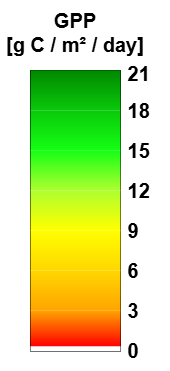
Earlier version of the draw.io export legends/clms_global_gpp-gpp_300m_v2_10daily.png (copernicus-land/colourmaps-legends). Source tidied: cells renumbered, new cells last; positions are measured from the earlier drawing's top-left corner, leaving out a move shared by most shapes. Its diagram source:
```xml
<mxGraphModel>
  <root>
    <mxCell id="0" />
    <mxCell id="1" parent="0" />
    <mxCell id="2" style="group;" parent="1" vertex="1">
      <mxGeometry y="-0.5" width="170" height="370.8" as="geometry" />
    </mxCell>
    <mxCell id="3" value="&lt;b&gt;&amp;nbsp;0&lt;/b&gt;" style="text;html=1;align=left;verticalAlign=middle;whiteSpace=wrap;rounded=0;fontSize=20;" parent="2" vertex="1">
      <mxGeometry x="120" y="340.8" width="50" height="20" as="geometry" />
    </mxCell>
    <mxCell id="4" value="&lt;b&gt;&amp;nbsp;18&lt;/b&gt;" style="text;html=1;align=left;verticalAlign=middle;whiteSpace=wrap;rounded=0;fontSize=20;" parent="2" vertex="1">
      <mxGeometry x="120" y="100.8" width="50" height="20" as="geometry" />
    </mxCell>
    <mxCell id="5" style="rounded=0;whiteSpace=wrap;html=1;strokeColor=none;fillColor=none;" parent="2" vertex="1">
      <mxGeometry x="10" y="95.8" width="10" height="274.8" as="geometry" />
    </mxCell>
    <mxCell id="6" value="&lt;b&gt;&amp;nbsp;12&lt;/b&gt;" style="text;html=1;align=left;verticalAlign=middle;whiteSpace=wrap;rounded=0;fontSize=20;" parent="2" vertex="1">
      <mxGeometry x="120" y="180.8" width="50" height="20" as="geometry" />
    </mxCell>
    <mxCell id="7" value="&lt;b&gt;&amp;nbsp;6&lt;/b&gt;" style="text;html=1;align=left;verticalAlign=middle;whiteSpace=wrap;rounded=0;fontSize=20;" parent="2" vertex="1">
      <mxGeometry x="120" y="260.8" width="50" height="20" as="geometry" />
    </mxCell>
    <mxCell id="8" value="&lt;b&gt;&amp;nbsp;15&lt;/b&gt;" style="text;html=1;align=left;verticalAlign=middle;whiteSpace=wrap;rounded=0;fontSize=20;" parent="2" vertex="1">
      <mxGeometry x="120" y="140.8" width="50" height="20" as="geometry" />
    </mxCell>
    <mxCell id="9" value="&lt;b&gt;&amp;nbsp;9&lt;/b&gt;" style="text;html=1;align=left;verticalAlign=middle;whiteSpace=wrap;rounded=0;fontSize=20;" parent="2" vertex="1">
      <mxGeometry x="120" y="220.8" width="50" height="20" as="geometry" />
    </mxCell>
    <mxCell id="10" value="&lt;b&gt;&amp;nbsp;3&lt;/b&gt;" style="text;html=1;align=left;verticalAlign=middle;whiteSpace=wrap;rounded=0;fontSize=20;" parent="2" vertex="1">
      <mxGeometry x="120" y="300.8" width="50" height="20" as="geometry" />
    </mxCell>
    <mxCell id="11" style="rounded=0;whiteSpace=wrap;html=1;strokeColor=none;fillColor=none;" parent="2" vertex="1">
      <mxGeometry x="160" y="96" width="10" height="274.8" as="geometry" />
    </mxCell>
    <mxCell id="12" value="&lt;b&gt;&amp;nbsp;21&lt;/b&gt;" style="text;html=1;align=left;verticalAlign=middle;whiteSpace=wrap;rounded=0;fontSize=20;" parent="2" vertex="1">
      <mxGeometry x="120" y="63.2" width="50" height="20" as="geometry" />
    </mxCell>
    <mxCell id="13" value="GPP&lt;br&gt;[g C / m² / day]" style="text;html=1;align=center;verticalAlign=bottom;whiteSpace=wrap;rounded=0;fontStyle=1;fontSize=20;" parent="2" vertex="1">
      <mxGeometry width="150" height="59.8" as="geometry" />
    </mxCell>
    <mxCell id="14" style="rounded=0;whiteSpace=wrap;html=1;fillColor=none;strokeColor=#000000;" parent="2" vertex="1">
      <mxGeometry x="30" y="70.5" width="90" height="280.8" as="geometry" />
    </mxCell>
    <mxCell id="15" style="rounded=0;whiteSpace=wrap;html=1;gradientDirection=south;rotation=0;strokeColor=none;" parent="2" vertex="1">
      <mxGeometry x="30" y="346.1" width="90" height="5.1" as="geometry" />
    </mxCell>
    <mxCell id="16" style="rounded=0;whiteSpace=wrap;html=1;gradientColor=light-dark(#FF0000,#FF0000);gradientDirection=south;strokeColor=none;rotation=0;fillColor=light-dark(#FFA500,#FFA500);" parent="2" vertex="1">
      <mxGeometry x="30" y="310.2" width="90" height="36" as="geometry" />
    </mxCell>
    <mxCell id="17" style="rounded=0;whiteSpace=wrap;html=1;gradientColor=light-dark(#FFA500,#FFA500);gradientDirection=south;strokeColor=none;rotation=0;fillColor=light-dark(#FFD700,#FFD700);" parent="2" vertex="1">
      <mxGeometry x="30" y="270.2" width="90" height="40" as="geometry" />
    </mxCell>
    <mxCell id="18" style="rounded=0;whiteSpace=wrap;html=1;gradientColor=light-dark(#FFD700,#FFD700);gradientDirection=south;strokeColor=none;rotation=0;fillColor=light-dark(#FFFF00,#FFFF00);" parent="2" vertex="1">
      <mxGeometry x="30" y="230.2" width="90" height="40" as="geometry" />
    </mxCell>
    <mxCell id="19" style="rounded=0;whiteSpace=wrap;html=1;gradientColor=light-dark(#FFFF00,#FFFF00);gradientDirection=south;strokeColor=none;rotation=0;fillColor=light-dark(#ADFF2F,#ADFF2F);" parent="2" vertex="1">
      <mxGeometry x="30" y="190.2" width="90" height="40" as="geometry" />
    </mxCell>
    <mxCell id="20" style="rounded=0;whiteSpace=wrap;html=1;gradientColor=light-dark(#ADFF2F,#ADFF2F);gradientDirection=south;strokeColor=none;rotation=0;fillColor=light-dark(#14FF14,#14FF14);" parent="2" vertex="1">
      <mxGeometry x="30" y="150.2" width="90" height="40" as="geometry" />
    </mxCell>
    <mxCell id="21" style="rounded=0;whiteSpace=wrap;html=1;gradientColor=light-dark(#14FF14,#14FF14);gradientDirection=south;strokeColor=none;rotation=0;fillColor=light-dark(#0AC80A,#0AC80A);" parent="2" vertex="1">
      <mxGeometry x="30" y="110.2" width="90" height="40" as="geometry" />
    </mxCell>
    <mxCell id="22" style="rounded=0;whiteSpace=wrap;html=1;gradientColor=light-dark(#0AC80A,#0AC80A);gradientDirection=south;strokeColor=none;rotation=0;fillColor=light-dark(#008800,#008800);" parent="2" vertex="1">
      <mxGeometry x="30" y="70.2" width="90" height="40" as="geometry" />
    </mxCell>
  </root>
</mxGraphModel>
```
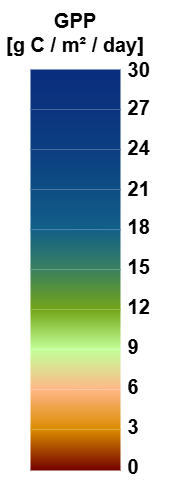
After the change.

Commit message:
DMP, GDMP, GPP, NPP global 300m v2 update

The edit, as a diff of the source:
```diff
@@ -2,68 +2,80 @@
   <root>
     <mxCell id="0" />
     <mxCell id="1" parent="0" />
-    <mxCell id="2" style="group;" parent="1" vertex="1">
-      <mxGeometry y="-0.5" width="170" height="370.8" as="geometry" />
-    </mxCell>
+    <mxCell id="23" style="group;" parent="1" vertex="1">
+      <mxGeometry x="10" y="-410" width="170" height="485.8" as="geometry" />
+    </mxCell>
-    <mxCell id="3" value="&lt;b&gt;&amp;nbsp;0&lt;/b&gt;" style="text;html=1;align=left;verticalAlign=middle;whiteSpace=wrap;rounded=0;fontSize=20;" parent="2" vertex="1">
-      <mxGeometry x="120" y="340.8" width="50" height="20" as="geometry" />
+    <mxCell id="3" value="&lt;b&gt;&amp;nbsp;0&lt;/b&gt;" style="text;html=1;align=left;verticalAlign=middle;whiteSpace=wrap;rounded=0;fontSize=20;" parent="23" vertex="1">
+      <mxGeometry x="120" y="455.8" width="50" height="20" as="geometry" />
     </mxCell>
-    <mxCell id="4" value="&lt;b&gt;&amp;nbsp;18&lt;/b&gt;" style="text;html=1;align=left;verticalAlign=middle;whiteSpace=wrap;rounded=0;fontSize=20;" parent="2" vertex="1">
-      <mxGeometry x="120" y="100.8" width="50" height="20" as="geometry" />
+    <mxCell id="4" value="&lt;b&gt;&amp;nbsp;18&lt;/b&gt;" style="text;html=1;align=left;verticalAlign=middle;whiteSpace=wrap;rounded=0;fontSize=20;" parent="23" vertex="1">
+      <mxGeometry x="120" y="215.8" width="50" height="20" as="geometry" />
     </mxCell>
-    <mxCell id="5" style="rounded=0;whiteSpace=wrap;html=1;strokeColor=none;fillColor=none;" parent="2" vertex="1">
-      <mxGeometry x="10" y="95.8" width="10" height="274.8" as="geometry" />
-    </mxCell>
+    <mxCell id="24" style="rounded=0;whiteSpace=wrap;html=1;strokeColor=none;fillColor=none;" parent="23" vertex="1">
+      <mxGeometry x="10" y="95.2" width="10" height="274.8" as="geometry" />
+    </mxCell>
-    <mxCell id="6" value="&lt;b&gt;&amp;nbsp;12&lt;/b&gt;" style="text;html=1;align=left;verticalAlign=middle;whiteSpace=wrap;rounded=0;fontSize=20;" parent="2" vertex="1">
-      <mxGeometry x="120" y="180.8" width="50" height="20" as="geometry" />
+    <mxCell id="6" value="&lt;b&gt;&amp;nbsp;12&lt;/b&gt;" style="text;html=1;align=left;verticalAlign=middle;whiteSpace=wrap;rounded=0;fontSize=20;" parent="23" vertex="1">
+      <mxGeometry x="120" y="295.8" width="50" height="20" as="geometry" />
     </mxCell>
-    <mxCell id="7" value="&lt;b&gt;&amp;nbsp;6&lt;/b&gt;" style="text;html=1;align=left;verticalAlign=middle;whiteSpace=wrap;rounded=0;fontSize=20;" parent="2" vertex="1">
-      <mxGeometry x="120" y="260.8" width="50" height="20" as="geometry" />
+    <mxCell id="7" value="&lt;b&gt;&amp;nbsp;6&lt;/b&gt;" style="text;html=1;align=left;verticalAlign=middle;whiteSpace=wrap;rounded=0;fontSize=20;" parent="23" vertex="1">
+      <mxGeometry x="120" y="375.8" width="50" height="20" as="geometry" />
     </mxCell>
-    <mxCell id="8" value="&lt;b&gt;&amp;nbsp;15&lt;/b&gt;" style="text;html=1;align=left;verticalAlign=middle;whiteSpace=wrap;rounded=0;fontSize=20;" parent="2" vertex="1">
-      <mxGeometry x="120" y="140.8" width="50" height="20" as="geometry" />
+    <mxCell id="8" value="&lt;b&gt;&amp;nbsp;15&lt;/b&gt;" style="text;html=1;align=left;verticalAlign=middle;whiteSpace=wrap;rounded=0;fontSize=20;" parent="23" vertex="1">
+      <mxGeometry x="120" y="255.8" width="50" height="20" as="geometry" />
     </mxCell>
-    <mxCell id="9" value="&lt;b&gt;&amp;nbsp;9&lt;/b&gt;" style="text;html=1;align=left;verticalAlign=middle;whiteSpace=wrap;rounded=0;fontSize=20;" parent="2" vertex="1">
-      <mxGeometry x="120" y="220.8" width="50" height="20" as="geometry" />
+    <mxCell id="9" value="&lt;b&gt;&amp;nbsp;9&lt;/b&gt;" style="text;html=1;align=left;verticalAlign=middle;whiteSpace=wrap;rounded=0;fontSize=20;" parent="23" vertex="1">
+      <mxGeometry x="120" y="335.8" width="50" height="20" as="geometry" />
     </mxCell>
-    <mxCell id="10" value="&lt;b&gt;&amp;nbsp;3&lt;/b&gt;" style="text;html=1;align=left;verticalAlign=middle;whiteSpace=wrap;rounded=0;fontSize=20;" parent="2" vertex="1">
-      <mxGeometry x="120" y="300.8" width="50" height="20" as="geometry" />
+    <mxCell id="10" value="&lt;b&gt;&amp;nbsp;3&lt;/b&gt;" style="text;html=1;align=left;verticalAlign=middle;whiteSpace=wrap;rounded=0;fontSize=20;" parent="23" vertex="1">
+      <mxGeometry x="120" y="415.8" width="50" height="20" as="geometry" />
     </mxCell>
-    <mxCell id="11" style="rounded=0;whiteSpace=wrap;html=1;strokeColor=none;fillColor=none;" parent="2" vertex="1">
-      <mxGeometry x="160" y="96" width="10" height="274.8" as="geometry" />
-    </mxCell>
+    <mxCell id="25" style="rounded=0;whiteSpace=wrap;html=1;strokeColor=none;fillColor=none;" parent="23" vertex="1">
+      <mxGeometry x="160" y="211" width="10" height="274.8" as="geometry" />
+    </mxCell>
-    <mxCell id="12" value="&lt;b&gt;&amp;nbsp;21&lt;/b&gt;" style="text;html=1;align=left;verticalAlign=middle;whiteSpace=wrap;rounded=0;fontSize=20;" parent="2" vertex="1">
-      <mxGeometry x="120" y="63.2" width="50" height="20" as="geometry" />
+    <mxCell id="12" value="&lt;b&gt;&amp;nbsp;21&lt;/b&gt;" style="text;html=1;align=left;verticalAlign=middle;whiteSpace=wrap;rounded=0;fontSize=20;" parent="23" vertex="1">
+      <mxGeometry x="120" y="178.2" width="50" height="20" as="geometry" />
     </mxCell>
-    <mxCell id="13" value="GPP&lt;br&gt;[g C / m² / day]" style="text;html=1;align=center;verticalAlign=bottom;whiteSpace=wrap;rounded=0;fontStyle=1;fontSize=20;" parent="2" vertex="1">
-      <mxGeometry width="150" height="59.8" as="geometry" />
+    <mxCell id="13" value="GPP&lt;br&gt;[g C / m² / day]" style="text;html=1;align=center;verticalAlign=bottom;whiteSpace=wrap;rounded=0;fontStyle=1;fontSize=20;" parent="23" vertex="1">
+      <mxGeometry width="150" height="59.2" as="geometry" />
     </mxCell>
-    <mxCell id="14" style="rounded=0;whiteSpace=wrap;html=1;fillColor=none;strokeColor=#000000;" parent="2" vertex="1">
-      <mxGeometry x="30" y="70.5" width="90" height="280.8" as="geometry" />
-    </mxCell>
-    <mxCell id="15" style="rounded=0;whiteSpace=wrap;html=1;gradientDirection=south;rotation=0;strokeColor=none;" parent="2" vertex="1">
-      <mxGeometry x="30" y="346.1" width="90" height="5.1" as="geometry" />
-    </mxCell>
-    <mxCell id="16" style="rounded=0;whiteSpace=wrap;html=1;gradientColor=light-dark(#FF0000,#FF0000);gradientDirection=south;strokeColor=none;rotation=0;fillColor=light-dark(#FFA500,#FFA500);" parent="2" vertex="1">
-      <mxGeometry x="30" y="310.2" width="90" height="36" as="geometry" />
-    </mxCell>
-    <mxCell id="17" style="rounded=0;whiteSpace=wrap;html=1;gradientColor=light-dark(#FFA500,#FFA500);gradientDirection=south;strokeColor=none;rotation=0;fillColor=light-dark(#FFD700,#FFD700);" parent="2" vertex="1">
-      <mxGeometry x="30" y="270.2" width="90" height="40" as="geometry" />
-    </mxCell>
-    <mxCell id="18" style="rounded=0;whiteSpace=wrap;html=1;gradientColor=light-dark(#FFD700,#FFD700);gradientDirection=south;strokeColor=none;rotation=0;fillColor=light-dark(#FFFF00,#FFFF00);" parent="2" vertex="1">
-      <mxGeometry x="30" y="230.2" width="90" height="40" as="geometry" />
-    </mxCell>
-    <mxCell id="19" style="rounded=0;whiteSpace=wrap;html=1;gradientColor=light-dark(#FFFF00,#FFFF00);gradientDirection=south;strokeColor=none;rotation=0;fillColor=light-dark(#ADFF2F,#ADFF2F);" parent="2" vertex="1">
-      <mxGeometry x="30" y="190.2" width="90" height="40" as="geometry" />
-    </mxCell>
-    <mxCell id="20" style="rounded=0;whiteSpace=wrap;html=1;gradientColor=light-dark(#ADFF2F,#ADFF2F);gradientDirection=south;strokeColor=none;rotation=0;fillColor=light-dark(#14FF14,#14FF14);" parent="2" vertex="1">
-      <mxGeometry x="30" y="150.2" width="90" height="40" as="geometry" />
-    </mxCell>
-    <mxCell id="21" style="rounded=0;whiteSpace=wrap;html=1;gradientColor=light-dark(#14FF14,#14FF14);gradientDirection=south;strokeColor=none;rotation=0;fillColor=light-dark(#0AC80A,#0AC80A);" parent="2" vertex="1">
-      <mxGeometry x="30" y="110.2" width="90" height="40" as="geometry" />
-    </mxCell>
-    <mxCell id="22" style="rounded=0;whiteSpace=wrap;html=1;gradientColor=light-dark(#0AC80A,#0AC80A);gradientDirection=south;strokeColor=none;rotation=0;fillColor=light-dark(#008800,#008800);" parent="2" vertex="1">
-      <mxGeometry x="30" y="70.2" width="90" height="40" as="geometry" />
-    </mxCell>
+    <mxCell id="26" style="rounded=0;whiteSpace=wrap;html=1;gradientColor=light-dark(#DA8C00,#DA8C00);gradientDirection=south;strokeColor=none;rotation=0;fillColor=light-dark(#FFB787,#FFB787);" parent="23" vertex="1">
+      <mxGeometry x="30" y="389" width="90" height="40" as="geometry" />
+    </mxCell>
+    <mxCell id="27" style="rounded=0;whiteSpace=wrap;html=1;gradientColor=light-dark(#FFB787,#FFB787);gradientDirection=south;strokeColor=none;rotation=0;fillColor=light-dark(#C3FF99,#C3FF99);" parent="23" vertex="1">
+      <mxGeometry x="30" y="349" width="90" height="40" as="geometry" />
+    </mxCell>
+    <mxCell id="28" style="rounded=0;whiteSpace=wrap;html=1;gradientColor=light-dark(#C3FF99,#C3FF99);gradientDirection=south;strokeColor=none;rotation=0;fillColor=light-dark(#73A517,#73A517);" parent="23" vertex="1">
+      <mxGeometry x="30" y="309" width="90" height="40" as="geometry" />
+    </mxCell>
+    <mxCell id="29" style="rounded=0;whiteSpace=wrap;html=1;gradientColor=light-dark(#73A517,#73A517);gradientDirection=south;strokeColor=none;rotation=0;fillColor=light-dark(#3A805F,#3A805F);" parent="23" vertex="1">
+      <mxGeometry x="30" y="269" width="90" height="40" as="geometry" />
+    </mxCell>
+    <mxCell id="30" style="rounded=0;whiteSpace=wrap;html=1;gradientColor=light-dark(#3A805F,#3A805F);gradientDirection=south;strokeColor=none;rotation=0;fillColor=light-dark(#115F88,#115F88);" parent="23" vertex="1">
+      <mxGeometry x="30" y="229" width="90" height="40" as="geometry" />
+    </mxCell>
+    <mxCell id="31" style="rounded=0;whiteSpace=wrap;html=1;gradientColor=light-dark(#115F88,#115F88);gradientDirection=south;strokeColor=none;rotation=0;fillColor=light-dark(#0E4D84,#0E4D84);" parent="23" vertex="1">
+      <mxGeometry x="30" y="189" width="90" height="40" as="geometry" />
+    </mxCell>
+    <mxCell id="32" style="rounded=0;whiteSpace=wrap;html=1;gradientColor=light-dark(#730000,#730000);gradientDirection=south;strokeColor=none;rotation=0;fillColor=light-dark(#DA8C00,#DA8C00);" parent="23" vertex="1">
+      <mxGeometry x="30" y="429" width="90" height="41" as="geometry" />
+    </mxCell>
+    <mxCell id="33" style="rounded=0;whiteSpace=wrap;html=1;gradientColor=light-dark(#0E4D84,#0E4D84);gradientDirection=south;strokeColor=none;rotation=0;fillColor=light-dark(#0C3E81,#0C3E81);" parent="23" vertex="1">
+      <mxGeometry x="30" y="149" width="90" height="40" as="geometry" />
+    </mxCell>
+    <mxCell id="34" style="rounded=0;whiteSpace=wrap;html=1;gradientColor=light-dark(#0C3E81,#0C3E81);gradientDirection=south;strokeColor=none;rotation=0;fillColor=light-dark(#0B357F,#0B357F);" parent="23" vertex="1">
+      <mxGeometry x="30" y="109" width="90" height="40" as="geometry" />
+    </mxCell>
+    <mxCell id="35" style="rounded=0;whiteSpace=wrap;html=1;gradientColor=light-dark(#0B357F,#0B357F);gradientDirection=south;strokeColor=none;rotation=0;fillColor=light-dark(#0A2D7D,#0A2D7D);" parent="23" vertex="1">
+      <mxGeometry x="30" y="69" width="90" height="40" as="geometry" />
+    </mxCell>
+    <mxCell id="36" value="&lt;b&gt;&amp;nbsp;27&lt;/b&gt;" style="text;html=1;align=left;verticalAlign=middle;whiteSpace=wrap;rounded=0;fontSize=20;" parent="23" vertex="1">
+      <mxGeometry x="120" y="96.8" width="50" height="20" as="geometry" />
+    </mxCell>
+    <mxCell id="37" value="&lt;b&gt;&amp;nbsp;24&lt;/b&gt;" style="text;html=1;align=left;verticalAlign=middle;whiteSpace=wrap;rounded=0;fontSize=20;" parent="23" vertex="1">
+      <mxGeometry x="120" y="136.8" width="50" height="20" as="geometry" />
+    </mxCell>
+    <mxCell id="38" value="&lt;b&gt;&amp;nbsp;30&lt;/b&gt;" style="text;html=1;align=left;verticalAlign=middle;whiteSpace=wrap;rounded=0;fontSize=20;" parent="23" vertex="1">
+      <mxGeometry x="120" y="59.2" width="50" height="20" as="geometry" />
+    </mxCell>
   </root>
 </mxGraphModel>
```
